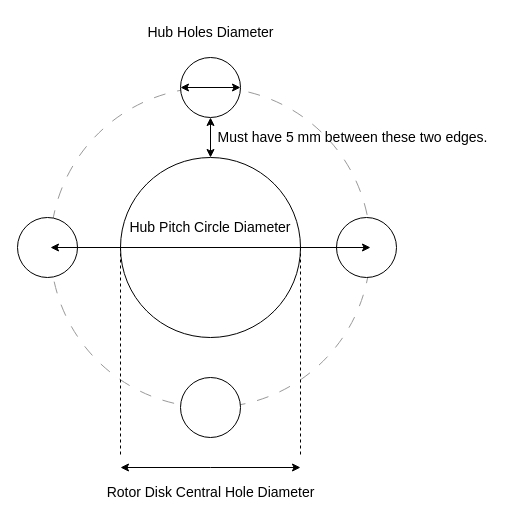
gbroques/json-schema-interproperty-expressions keeps this draw.io diagram as diagram.drawio. Above is the earlier version. Source tidied: cells renumbered, new cells numbered last; positions are measured from the earlier drawing's top-left corner, leaving out a move shared by most shapes. Both pictures are drawn from the tidied source at 100%, with x=0, y=0 at pixel (17, 17).
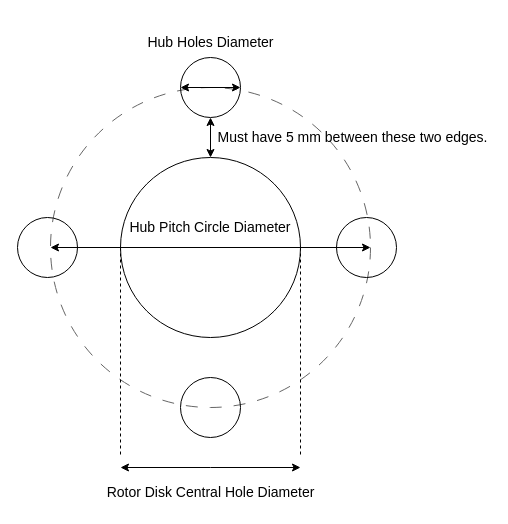
Above is the later version.

Commit message (it also covers changes not shown here):
Make hub holes transparent and darken dashed line

Change to the diagram source:
```diff
@@
-    <mxCell id="2" style="ellipse;whiteSpace=wrap;html=1;dashed=1;dashPattern=12 12;strokeColor=#999999;" parent="1" vertex="1">
+    <mxCell id="2" style="ellipse;whiteSpace=wrap;html=1;dashed=1;dashPattern=12 12;strokeColor=#666666;" parent="1" vertex="1">
       <mxGeometry x="33" y="70" width="320" height="320" as="geometry" />
     </mxCell>
@@
-    <mxCell id="4" style="ellipse;whiteSpace=wrap;html=1;" parent="1" vertex="1">
+    <mxCell id="4" style="ellipse;whiteSpace=wrap;html=1;fillColor=none;" parent="1" vertex="1">
       <mxGeometry x="163" y="40" width="60" height="60" as="geometry" />
     </mxCell>
-    <mxCell id="5" style="ellipse;whiteSpace=wrap;html=1;" parent="1" vertex="1">
+    <mxCell id="5" style="ellipse;whiteSpace=wrap;html=1;fillColor=none;" parent="1" vertex="1">
       <mxGeometry x="163" y="360" width="60" height="60" as="geometry" />
     </mxCell>
-    <mxCell id="6" style="ellipse;whiteSpace=wrap;html=1;" parent="1" vertex="1">
+    <mxCell id="6" style="ellipse;whiteSpace=wrap;html=1;fillColor=none;" parent="1" vertex="1">
       <mxGeometry y="200" width="60" height="60" as="geometry" />
     </mxCell>
-    <mxCell id="7" style="ellipse;whiteSpace=wrap;html=1;" parent="1" vertex="1">
+    <mxCell id="7" style="ellipse;whiteSpace=wrap;html=1;fillColor=none;" parent="1" vertex="1">
       <mxGeometry x="319" y="200" width="60" height="60" as="geometry" />
     </mxCell>
@@
     <mxCell id="9" value="Hub Holes Diameter" style="text;html=1;strokeColor=none;fillColor=none;align=center;verticalAlign=middle;whiteSpace=wrap;rounded=0;fontSize=14;" parent="1" vertex="1">
-      <mxGeometry x="110.5" width="165" height="30" as="geometry" />
+      <mxGeometry x="110.5" y="10" width="165" height="30" as="geometry" />
     </mxCell>
```
